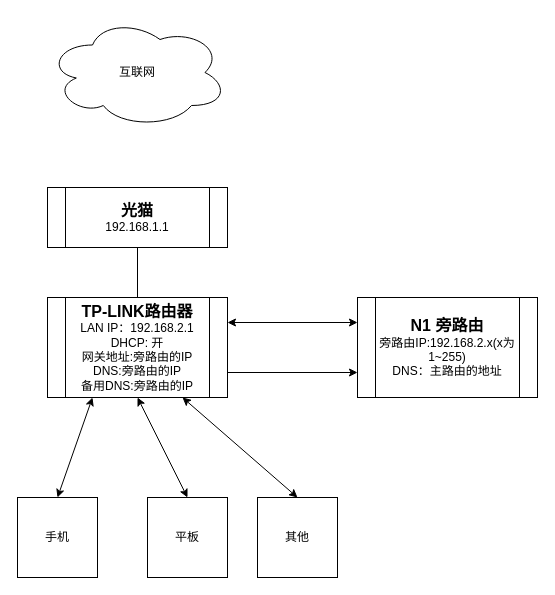
Earlier version of the draw.io diagram N1配置旁路由(以TP-LINK路由器为例).drawio (FrankKirin/PM_works). Source tidied: cells renumbered, new cells numbered last; positions are measured from the earlier drawing's top-left corner, leaving out a move shared by most shapes. Both pictures are drawn from the tidied source at 100%, with x=0, y=0 at pixel (17, 17).
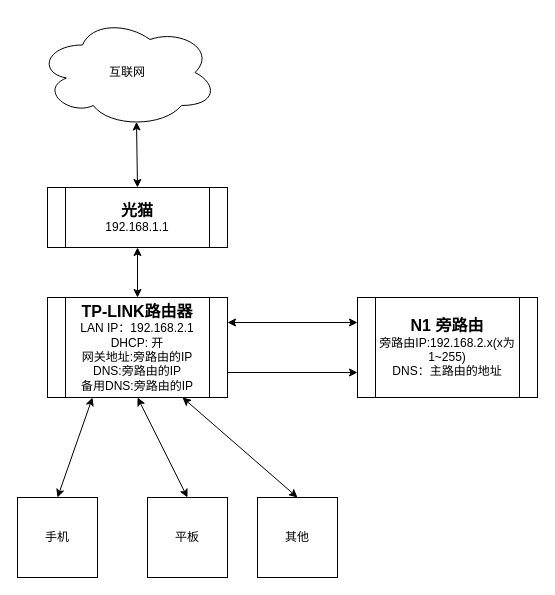
After the change.

Commit message (it also covers changes not shown here):
更新N1配置旁路由(以TP-LINK路由器为例).drawio

The edit, as a diff of the source:
```diff
@@
 <mxGraphModel>
   <root>
     <mxCell id="0" />
     <mxCell id="1" parent="0" />
-    <mxCell id="2" style="edgeStyle=orthogonalEdgeStyle;rounded=0;jettySize=auto;html=1;exitX=0.5;exitY=1;exitDx=0;exitDy=0;endArrow=none;endFill=0;" parent="1" edge="1" source="3" target="9">
+    <mxCell id="2" style="edgeStyle=orthogonalEdgeStyle;rounded=0;jettySize=auto;html=1;exitX=0.5;exitY=1;exitDx=0;exitDy=0;endArrow=classic;endFill=1;startArrow=classic;startFill=1;" parent="1" edge="1" source="3" target="9">
       <mxGeometry relative="1" as="geometry" />
     </mxCell>
     <mxCell id="3" value="&lt;b&gt;&lt;font style=&quot;font-size: 16px;&quot;&gt;光猫&lt;/font&gt;&lt;/b&gt;&lt;br&gt;192.168.1.1" style="shape=process;whiteSpace=wrap;html=1;backgroundOutline=1;" parent="1" vertex="1">
       <mxGeometry x="30" y="170" width="180" height="60" as="geometry" />
     </mxCell>
+    <mxCell id="15" style="edgeStyle=none;rounded=0;jettySize=auto;html=1;exitX=0.55;exitY=0.95;exitDx=0;exitDy=0;exitPerimeter=0;entryX=0.5;entryY=0;entryDx=0;entryDy=0;fontSize=16;startArrow=classic;startFill=1;endArrow=classic;endFill=1;" parent="1" edge="1" source="4" target="3">
+      <mxGeometry relative="1" as="geometry" />
+    </mxCell>
     <mxCell id="4" value="互联网" style="ellipse;shape=cloud;whiteSpace=wrap;html=1;" parent="1" vertex="1">
-      <mxGeometry x="30" width="180" height="110" as="geometry" />
+      <mxGeometry x="20" width="180" height="110" as="geometry" />
     </mxCell>
     <mxCell id="5" style="edgeStyle=orthogonalEdgeStyle;rounded=0;jettySize=auto;html=1;exitX=1;exitY=0.75;exitDx=0;exitDy=0;entryX=0;entryY=0.75;entryDx=0;entryDy=0;endArrow=classic;endFill=1;" parent="1" edge="1" source="9" target="11">
       <mxGeometry relative="1" as="geometry" />
     </mxCell>
     <mxCell id="6" style="rounded=0;jettySize=auto;html=1;exitX=0.25;exitY=1;exitDx=0;exitDy=0;entryX=0.5;entryY=0;entryDx=0;entryDy=0;endArrow=classic;endFill=1;startArrow=classic;startFill=1;" parent="1" edge="1" source="9" target="12">
       <mxGeometry relative="1" as="geometry" />
     </mxCell>
     <mxCell id="7" style="rounded=0;jettySize=auto;html=1;exitX=0.5;exitY=1;exitDx=0;exitDy=0;entryX=0.5;entryY=0;entryDx=0;entryDy=0;endArrow=classic;endFill=1;startArrow=classic;startFill=1;" parent="1" edge="1" source="9" target="13">
       <mxGeometry relative="1" as="geometry" />
     </mxCell>
     <mxCell id="8" style="rounded=0;jettySize=auto;html=1;exitX=0.75;exitY=1;exitDx=0;exitDy=0;entryX=0.5;entryY=0;entryDx=0;entryDy=0;endArrow=classic;endFill=1;startArrow=classic;startFill=1;" parent="1" edge="1" source="9" target="14">
       <mxGeometry relative="1" as="geometry" />
     </mxCell>
     <mxCell id="9" value="&lt;b&gt;&lt;font style=&quot;font-size: 16px;&quot;&gt;TP-LINK路由器&lt;/font&gt;&lt;/b&gt;&lt;br&gt;LAN IP：192.168.2.1&lt;br&gt;DHCP: 开&lt;br&gt;网关地址:旁路由的IP&lt;br&gt;DNS:旁路由的IP&lt;br&gt;备用DNS:旁路由的IP" style="shape=process;whiteSpace=wrap;html=1;backgroundOutline=1;" parent="1" vertex="1">
       <mxGeometry x="30" y="280" width="180" height="100" as="geometry" />
     </mxCell>
     <mxCell id="10" style="edgeStyle=none;rounded=0;jettySize=auto;html=1;exitX=0;exitY=0.25;exitDx=0;exitDy=0;entryX=1;entryY=0.25;entryDx=0;entryDy=0;startArrow=classic;startFill=1;endArrow=classic;endFill=1;" parent="1" edge="1" source="11" target="9">
       <mxGeometry relative="1" as="geometry" />
     </mxCell>
     <mxCell id="11" value="&lt;b&gt;&lt;font style=&quot;font-size: 16px;&quot;&gt;N1 旁路由&lt;/font&gt;&lt;/b&gt;&lt;br&gt;旁路由IP:192.168.2.x(x为1~255)&lt;br&gt;DNS：主路由的地址" style="shape=process;whiteSpace=wrap;html=1;backgroundOutline=1;" parent="1" vertex="1">
       <mxGeometry x="340" y="280" width="180" height="100" as="geometry" />
     </mxCell>
     <mxCell id="12" value="手机" style="whiteSpace=wrap;html=1;" parent="1" vertex="1">
       <mxGeometry y="480" width="80" height="80" as="geometry" />
     </mxCell>
     <mxCell id="13" value="平板" style="whiteSpace=wrap;html=1;" parent="1" vertex="1">
       <mxGeometry x="130" y="480" width="80" height="80" as="geometry" />
     </mxCell>
     <mxCell id="14" value="其他" style="whiteSpace=wrap;html=1;" parent="1" vertex="1">
       <mxGeometry x="240" y="480" width="80" height="80" as="geometry" />
     </mxCell>
   </root>
 </mxGraphModel>
```
